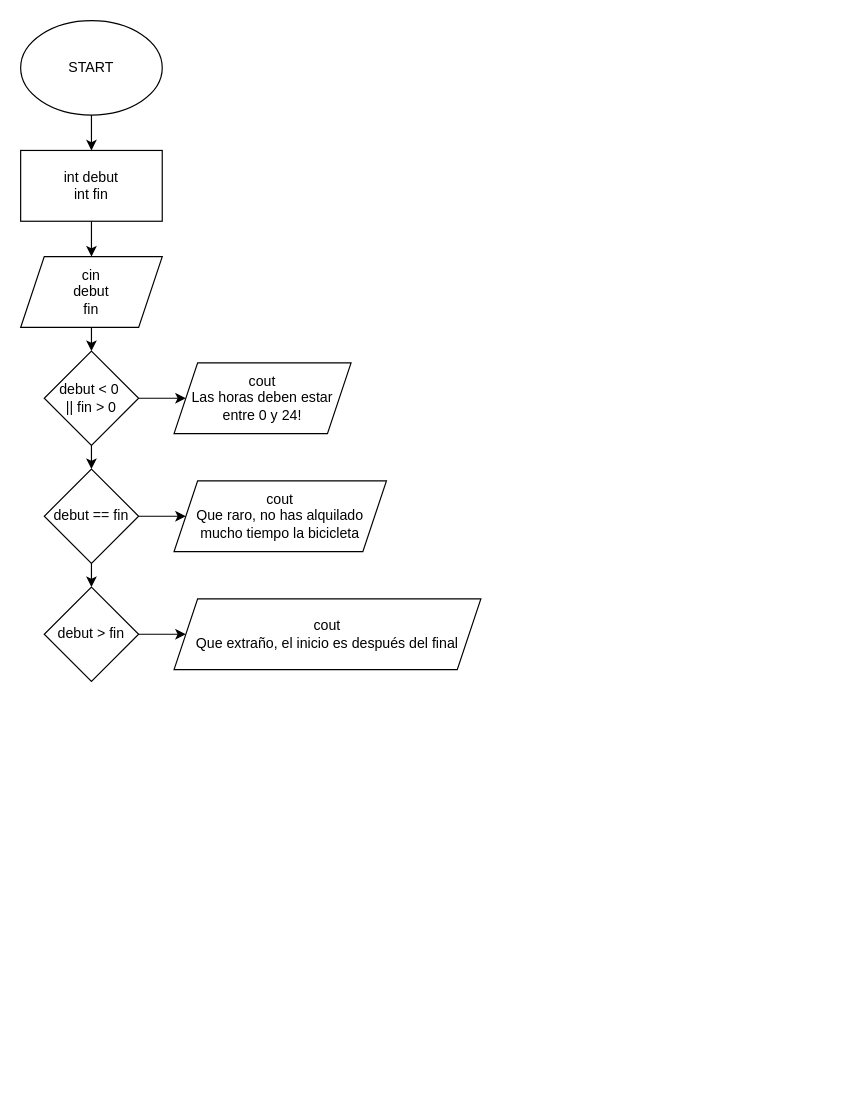
Before: Práctico 1 Ejercicio 16.drawio in Kal222000/Diagramas-De-Flujo, a draw.io diagram. Source tidied: cells renumbered, new cells numbered last; positions are measured from the earlier drawing's top-left corner, leaving out a move shared by most shapes. Both pictures are drawn from the tidied source at 118%, with x=0, y=0 at pixel (20, 20).
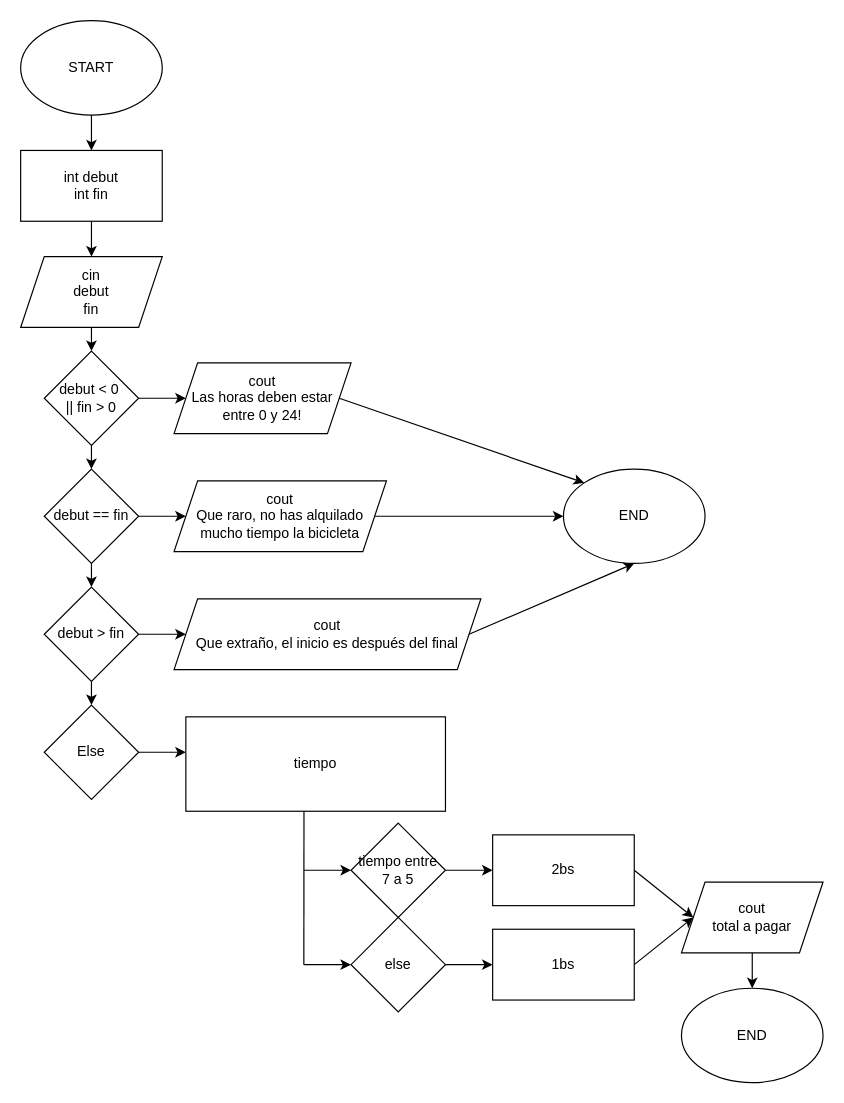
After the change.

Unchanged cells that the change refers to:
```xml
<mxCell id="10" value="cout&lt;div&gt;Las horas deben estar entre 0 y 24!&lt;/div&gt;" style="shape=parallelogram;perimeter=parallelogramPerimeter;whiteSpace=wrap;html=1;fixedSize=1;" parent="1" vertex="1">
  <mxGeometry x="130" y="290" width="150" height="60" as="geometry" />
</mxCell>
<mxCell id="14" value="cout&lt;div&gt;Que raro, no has alquilado mucho tiempo la bicicleta&lt;/div&gt;" style="shape=parallelogram;perimeter=parallelogramPerimeter;whiteSpace=wrap;html=1;fixedSize=1;" parent="1" vertex="1">
  <mxGeometry x="130" y="390" width="180" height="60" as="geometry" />
</mxCell>
<mxCell id="18" value="cout&lt;div&gt;Que extraño, el inicio es después del final&lt;/div&gt;" style="shape=parallelogram;perimeter=parallelogramPerimeter;whiteSpace=wrap;html=1;fixedSize=1;" parent="1" vertex="1">
  <mxGeometry x="130" y="490" width="260" height="60" as="geometry" />
</mxCell>
```

The edit, as a diff of the source:
```diff
@@
+    <mxCell id="19" style="endArrow=classic;html=1;rounded=0;exitX=0.5;exitY=1;exitDx=0;exitDy=0;" parent="1" edge="1">
+      <mxGeometry relative="1" as="geometry">
+        <mxPoint x="60" y="560" as="sourcePoint" />
+        <mxPoint x="60" y="580" as="targetPoint" />
+      </mxGeometry>
+    </mxCell>
+    <mxCell id="20" value="Else" style="rhombus;whiteSpace=wrap;html=1;" parent="1" vertex="1">
+      <mxGeometry x="20" y="580" width="80" height="80" as="geometry" />
+    </mxCell>
+    <mxCell id="21" style="endArrow=classic;html=1;rounded=0;exitX=1;exitY=0.5;exitDx=0;exitDy=0;" parent="1" edge="1" source="20">
+      <mxGeometry relative="1" as="geometry">
+        <mxPoint x="140" y="620" as="targetPoint" />
+      </mxGeometry>
+    </mxCell>
+    <mxCell id="22" value="tiempo" style="rounded=0;whiteSpace=wrap;html=1;" parent="1" vertex="1">
+      <mxGeometry x="140" y="590" width="220" height="80" as="geometry" />
+    </mxCell>
+    <mxCell id="23" style="endArrow=none;html=1;rounded=0;entryX=0.455;entryY=1;entryDx=0;entryDy=0;entryPerimeter=0;" parent="1" edge="1" target="22">
+      <mxGeometry relative="1" as="geometry">
+        <mxPoint x="240" y="800" as="sourcePoint" />
+      </mxGeometry>
+    </mxCell>
+    <mxCell id="24" style="endArrow=classic;html=1;rounded=0;" parent="1" edge="1">
+      <mxGeometry relative="1" as="geometry">
+        <mxPoint x="240" y="720" as="sourcePoint" />
+        <mxPoint x="280" y="720" as="targetPoint" />
+      </mxGeometry>
+    </mxCell>
+    <mxCell id="25" style="endArrow=classic;html=1;rounded=0;" parent="1" edge="1">
+      <mxGeometry relative="1" as="geometry">
+        <mxPoint x="240" y="800" as="sourcePoint" />
+        <mxPoint x="280" y="800" as="targetPoint" />
+      </mxGeometry>
+    </mxCell>
+    <mxCell id="26" value="tiempo entre 7&amp;nbsp;&lt;span style=&quot;background-color: initial;&quot;&gt;a 5&lt;/span&gt;" style="rhombus;whiteSpace=wrap;html=1;" parent="1" vertex="1">
+      <mxGeometry x="280" y="680" width="80" height="80" as="geometry" />
+    </mxCell>
+    <mxCell id="27" value="else" style="rhombus;whiteSpace=wrap;html=1;" parent="1" vertex="1">
+      <mxGeometry x="280" y="760" width="80" height="80" as="geometry" />
+    </mxCell>
+    <mxCell id="28" value="2bs" style="rounded=0;whiteSpace=wrap;html=1;" parent="1" vertex="1">
+      <mxGeometry x="400" y="690" width="120" height="60" as="geometry" />
+    </mxCell>
+    <mxCell id="29" value="1bs" style="rounded=0;whiteSpace=wrap;html=1;" parent="1" vertex="1">
+      <mxGeometry x="400" y="770" width="120" height="60" as="geometry" />
+    </mxCell>
+    <mxCell id="30" style="endArrow=classic;html=1;rounded=0;exitX=1;exitY=0.5;exitDx=0;exitDy=0;entryX=0;entryY=0.5;entryDx=0;entryDy=0;" parent="1" edge="1" source="27" target="29">
+      <mxGeometry relative="1" as="geometry" />
+    </mxCell>
+    <mxCell id="31" style="endArrow=classic;html=1;rounded=0;exitX=1;exitY=0.5;exitDx=0;exitDy=0;entryX=0;entryY=0.5;entryDx=0;entryDy=0;" parent="1" edge="1" source="26" target="28">
+      <mxGeometry relative="1" as="geometry" />
+    </mxCell>
+    <mxCell id="32" style="endArrow=classic;html=1;rounded=0;exitX=1;exitY=0.5;exitDx=0;exitDy=0;" parent="1" edge="1" source="28">
+      <mxGeometry relative="1" as="geometry">
+        <mxPoint x="570" y="760" as="targetPoint" />
+      </mxGeometry>
+    </mxCell>
+    <mxCell id="33" style="endArrow=classic;html=1;rounded=0;exitX=1;exitY=0.5;exitDx=0;exitDy=0;" parent="1" edge="1" source="29">
+      <mxGeometry relative="1" as="geometry">
+        <mxPoint x="570" y="760" as="targetPoint" />
+      </mxGeometry>
+    </mxCell>
+    <mxCell id="34" value="cout&lt;div&gt;total a pagar&lt;/div&gt;" style="shape=parallelogram;perimeter=parallelogramPerimeter;whiteSpace=wrap;html=1;fixedSize=1;" parent="1" vertex="1">
+      <mxGeometry x="560" y="730" width="120" height="60" as="geometry" />
+    </mxCell>
+    <mxCell id="35" style="endArrow=classic;html=1;rounded=0;exitX=0.5;exitY=1;exitDx=0;exitDy=0;" parent="1" edge="1" source="34">
+      <mxGeometry relative="1" as="geometry">
+        <mxPoint x="620" y="820" as="targetPoint" />
+      </mxGeometry>
+    </mxCell>
+    <mxCell id="36" value="END" style="ellipse;whiteSpace=wrap;html=1;" parent="1" vertex="1">
+      <mxGeometry x="560" y="820" width="120" height="80" as="geometry" />
+    </mxCell>
+    <mxCell id="37" value="END" style="ellipse;whiteSpace=wrap;html=1;" parent="1" vertex="1">
+      <mxGeometry x="460" y="380" width="120" height="80" as="geometry" />
+    </mxCell>
+    <mxCell id="38" style="endArrow=classic;html=1;rounded=0;exitX=1;exitY=0.5;exitDx=0;exitDy=0;entryX=0;entryY=0;entryDx=0;entryDy=0;" parent="1" edge="1" source="10" target="37">
+      <mxGeometry relative="1" as="geometry" />
+    </mxCell>
+    <mxCell id="39" style="endArrow=classic;html=1;rounded=0;exitX=1;exitY=0.5;exitDx=0;exitDy=0;entryX=0;entryY=0.5;entryDx=0;entryDy=0;" parent="1" edge="1" source="14" target="37">
+      <mxGeometry relative="1" as="geometry" />
+    </mxCell>
+    <mxCell id="40" style="endArrow=classic;html=1;rounded=0;exitX=1;exitY=0.5;exitDx=0;exitDy=0;entryX=0.5;entryY=1;entryDx=0;entryDy=0;" parent="1" edge="1" source="18" target="37">
+      <mxGeometry relative="1" as="geometry" />
+    </mxCell>
```
